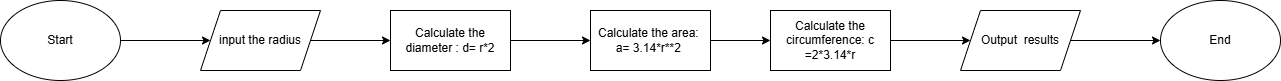
This is putting_python_to_work.drawio.png from stephbierry/Steph-Bierry, a draw.io export, as it was before one commit. Source tidied: cells renumbered, new cells last; positions are measured from the earlier drawing's top-left corner, leaving out a move shared by most shapes.
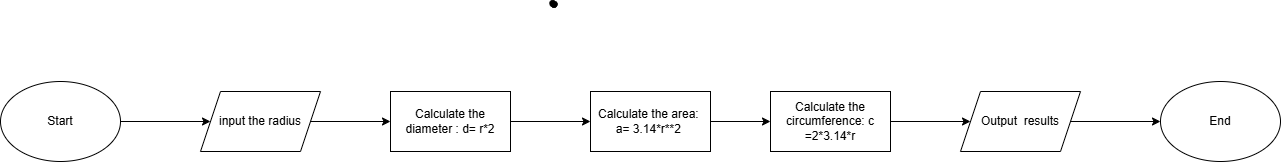
The same diagram one commit later.

What changed in the source:
```diff
@@ -41,5 +41,8 @@
     <mxCell id="14" value="End" style="ellipse;whiteSpace=wrap;html=1;" parent="1" vertex="1">
       <mxGeometry x="1160" width="120" height="80" as="geometry" />
     </mxCell>
+    <mxCell id="15" style="shape=(stored shape, 640 characters);lineShape=1;strokeColor=default;" parent="1" vertex="1">
+      <mxGeometry x="549.3" y="-81.3" width="7.2" height="7.2" as="geometry" />
+    </mxCell>
   </root>
 </mxGraphModel>
```
